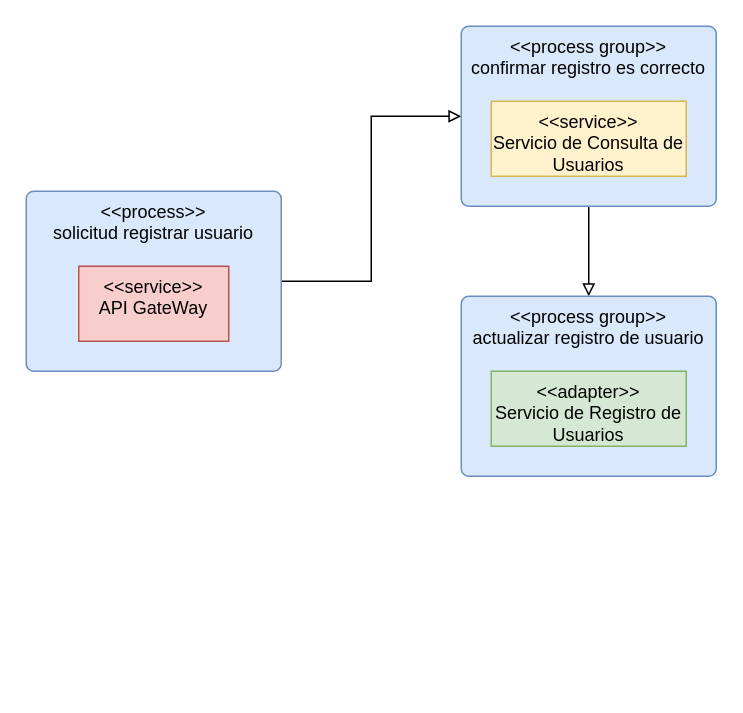
Above: diagramas/Concurrency.drawio in AfLosada/ArquitecturasAgiles-G13 (draw.io), before the change. Source tidied: cells renumbered, new cells numbered last; positions are measured from the earlier drawing's top-left corner, leaving out a move shared by most shapes. Both pictures are drawn from the tidied source at 150%, with x=0, y=0 at pixel (26, 26).
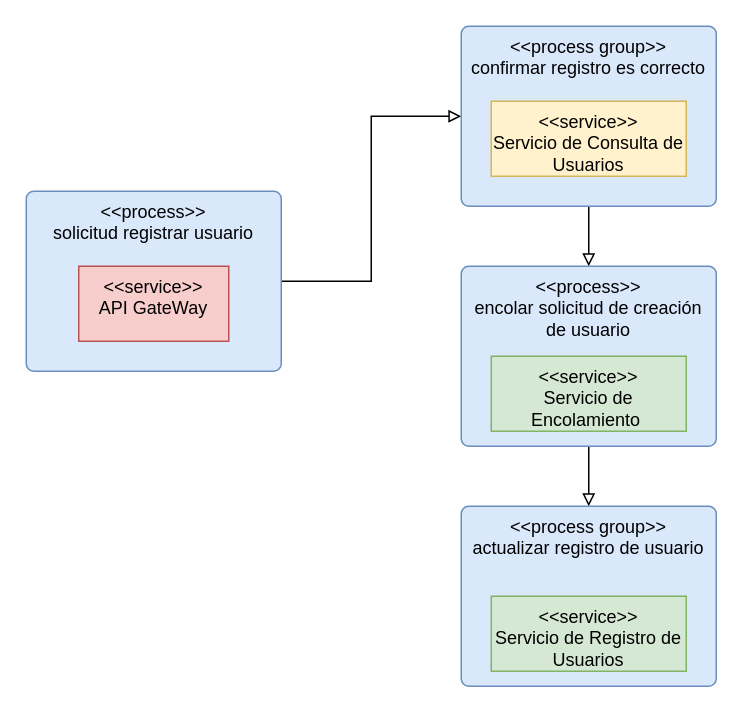
After the change.

Diff of the diagram source:
```diff
@@
 <mxGraphModel>
   <root>
     <mxCell id="0" />
     <mxCell id="1" parent="0" />
     <mxCell id="2" style="edgeStyle=orthogonalEdgeStyle;rounded=0;jettySize=auto;html=1;endArrow=block;endFill=0;" parent="1" edge="1" source="3" target="6">
       <mxGeometry relative="1" as="geometry" />
     </mxCell>
     <mxCell id="3" value="&amp;lt;&amp;lt;process&amp;gt;&amp;gt;&lt;br&gt;solicitud registrar usuario" style="html=1;align=center;verticalAlign=top;rounded=1;absoluteArcSize=1;arcSize=10;dashed=0;whiteSpace=wrap;fillColor=#dae8fc;strokeColor=#6c8ebf;" parent="1" vertex="1">
       <mxGeometry y="110" width="170" height="120" as="geometry" />
     </mxCell>
     <mxCell id="4" value="&amp;lt;&amp;lt;service&amp;gt;&amp;gt;&lt;br&gt;API GateWay" style="html=1;dashed=0;whiteSpace=wrap;verticalAlign=top;fillColor=#f8cecc;strokeColor=#b85450;" parent="1" vertex="1">
       <mxGeometry x="35" y="160" width="100" height="50" as="geometry" />
     </mxCell>
     <mxCell id="5" style="edgeStyle=orthogonalEdgeStyle;rounded=0;jettySize=auto;html=1;endArrow=block;endFill=0;" parent="1" edge="1" source="6" target="8">
       <mxGeometry relative="1" as="geometry" />
     </mxCell>
     <mxCell id="6" value="&amp;lt;&amp;lt;process group&amp;gt;&amp;gt;&lt;br&gt;confirmar registro es correcto" style="html=1;align=center;verticalAlign=top;rounded=1;absoluteArcSize=1;arcSize=10;dashed=0;whiteSpace=wrap;fillColor=#dae8fc;strokeColor=#6c8ebf;" parent="1" vertex="1">
       <mxGeometry x="290" width="170" height="120" as="geometry" />
     </mxCell>
     <mxCell id="7" value="&amp;lt;&amp;lt;service&amp;gt;&amp;gt;&lt;br&gt;Servicio de Consulta de Usuarios" style="html=1;dashed=0;whiteSpace=wrap;verticalAlign=top;fillColor=#fff2cc;strokeColor=#d6b656;" parent="1" vertex="1">
       <mxGeometry x="310" y="50" width="130" height="50" as="geometry" />
     </mxCell>
+    <mxCell id="10" style="edgeStyle=orthogonalEdgeStyle;rounded=0;jettySize=auto;html=1;endArrow=block;endFill=0;" parent="1" edge="1" source="8" target="11">
+      <mxGeometry relative="1" as="geometry" />
+    </mxCell>
-    <mxCell id="8" value="&amp;lt;&amp;lt;process group&amp;gt;&amp;gt;&lt;br&gt;actualizar registro de usuario" style="html=1;align=center;verticalAlign=top;rounded=1;absoluteArcSize=1;arcSize=10;dashed=0;whiteSpace=wrap;fillColor=#dae8fc;strokeColor=#6c8ebf;" parent="1" vertex="1">
-      <mxGeometry x="290" y="180" width="170" height="120" as="geometry" />
+    <mxCell id="8" value="&amp;lt;&amp;lt;process&amp;gt;&amp;gt;&lt;br&gt;encolar solicitud de creación de usuario" style="html=1;align=center;verticalAlign=top;rounded=1;absoluteArcSize=1;arcSize=10;dashed=0;whiteSpace=wrap;fillColor=#dae8fc;strokeColor=#6c8ebf;" parent="1" vertex="1">
+      <mxGeometry x="290" y="160" width="170" height="120" as="geometry" />
     </mxCell>
-    <mxCell id="9" value="&amp;lt;&amp;lt;adapter&amp;gt;&amp;gt;&lt;br&gt;Servicio de Registro de Usuarios" style="html=1;dashed=0;whiteSpace=wrap;verticalAlign=top;fillColor=#d5e8d4;strokeColor=#82b366;" parent="1" vertex="1">
-      <mxGeometry x="310" y="230" width="130" height="50" as="geometry" />
+    <mxCell id="9" value="&amp;lt;&amp;lt;service&amp;gt;&amp;gt;&lt;br&gt;Servicio de Encolamiento&amp;nbsp;" style="html=1;dashed=0;whiteSpace=wrap;verticalAlign=top;fillColor=#d5e8d4;strokeColor=#82b366;" parent="1" vertex="1">
+      <mxGeometry x="310" y="220" width="130" height="50" as="geometry" />
     </mxCell>
+    <mxCell id="11" value="&amp;lt;&amp;lt;process group&amp;gt;&amp;gt;&lt;br&gt;actualizar registro de usuario" style="html=1;align=center;verticalAlign=top;rounded=1;absoluteArcSize=1;arcSize=10;dashed=0;whiteSpace=wrap;fillColor=#dae8fc;strokeColor=#6c8ebf;" parent="1" vertex="1">
+      <mxGeometry x="290" y="320" width="170" height="120" as="geometry" />
+    </mxCell>
+    <mxCell id="12" value="&amp;lt;&amp;lt;service&amp;gt;&amp;gt;&lt;br&gt;Servicio de Registro de Usuarios" style="html=1;dashed=0;whiteSpace=wrap;verticalAlign=top;fillColor=#d5e8d4;strokeColor=#82b366;" parent="1" vertex="1">
+      <mxGeometry x="310" y="380" width="130" height="50" as="geometry" />
+    </mxCell>
   </root>
 </mxGraphModel>
```
